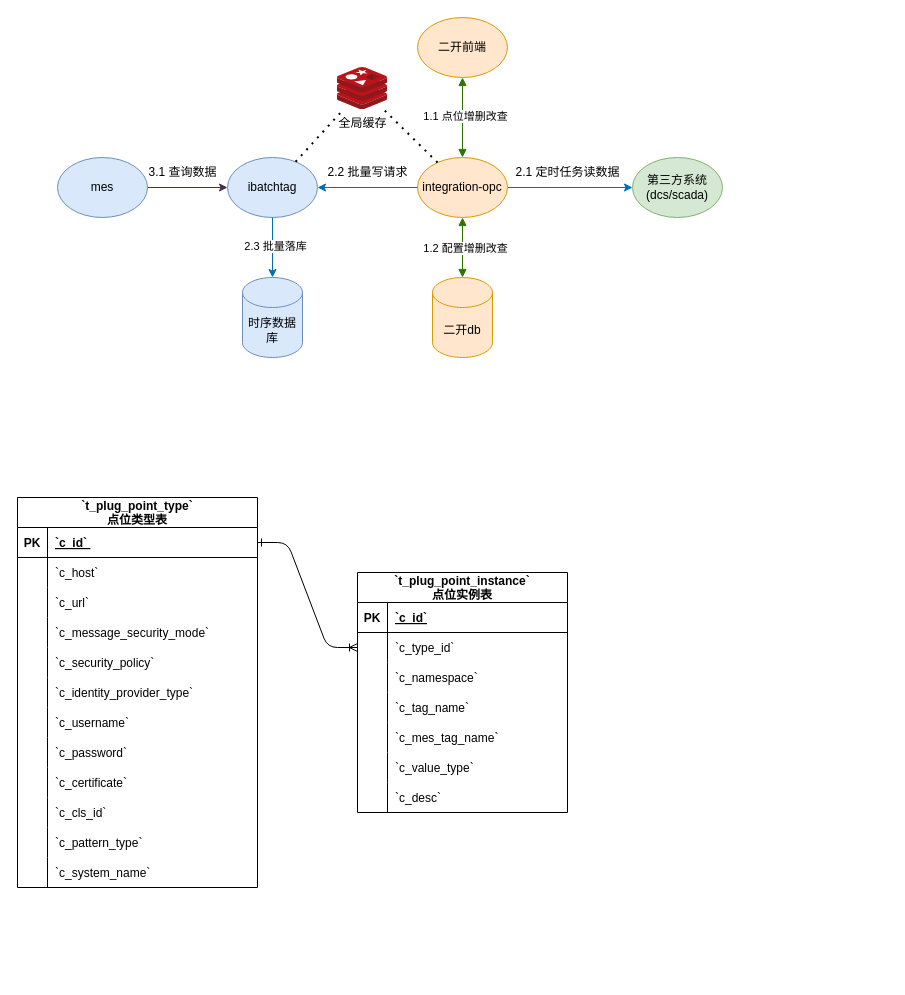
FreshCabbage666/drawio keeps this draw.io diagram as page "opc运行链路" (2 of 2) of mes/第三方api本地缓存.drawio. Above is the earlier version. Source tidied: cells renumbered, new cells numbered last; positions are measured from the earlier drawing's top-left corner, leaving out a move shared by most shapes. Both pictures are drawn from the tidied source at 100%, with x=0, y=0 at pixel (17, 17).
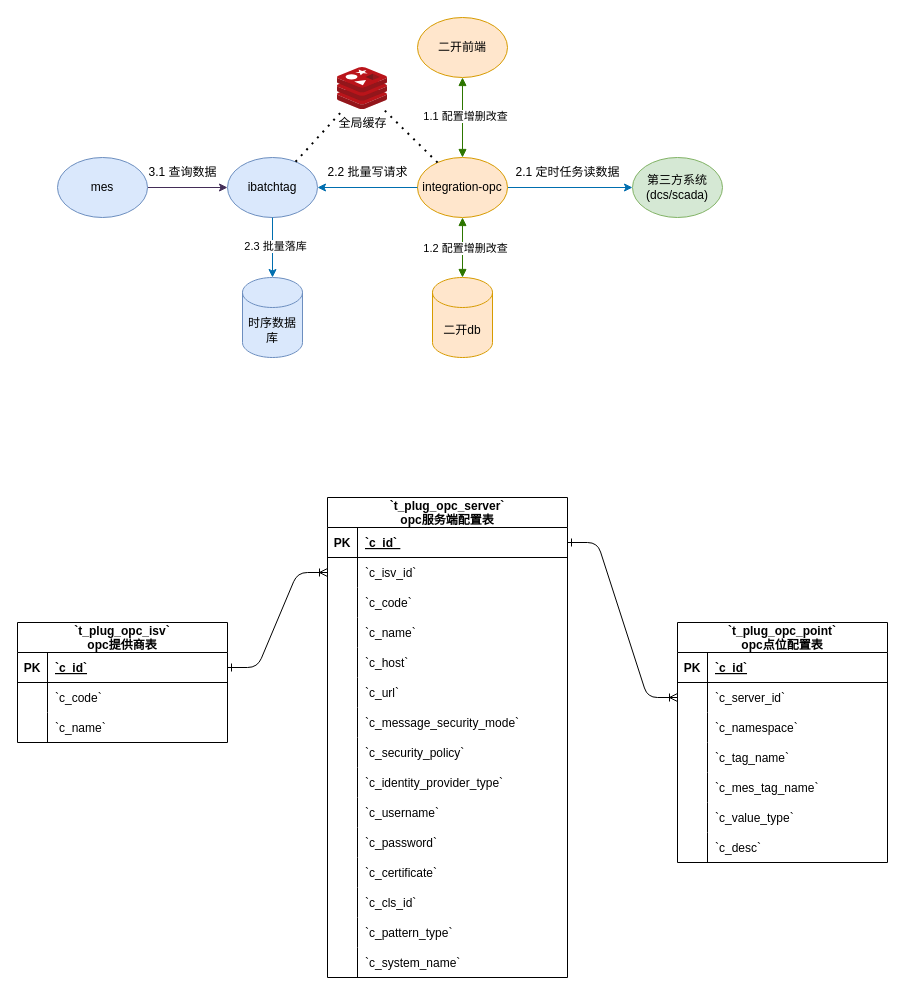
Above is the later version.

Unchanged cells that the change refers to:
```xml
<mxCell id="11" style="endArrow=block;startArrow=block;html=1;rounded=0;endFill=1;startFill=1;entryX=0.5;entryY=1;entryDx=0;entryDy=0;fillColor=#60a917;strokeColor=#2D7600;" parent="1" edge="1" source="6" target="7">
  <mxGeometry relative="1" as="geometry" />
</mxCell>
<mxCell id="28" style="shape=tableRow;horizontal=0;startSize=0;swimlaneHead=0;swimlaneBody=0;fillColor=none;points=[[0,0.5],[1,0.5]];portConstraint=eastwest;strokeColor=inherit;top=0;left=0;right=0;bottom=0;" parent="24" vertex="1">
  <mxGeometry y="60" width="240" height="30" as="geometry" />
</mxCell>
<mxCell id="65" style="shape=tableRow;horizontal=0;startSize=0;swimlaneHead=0;swimlaneBody=0;fillColor=none;points=[[0,0.5],[1,0.5]];portConstraint=eastwest;strokeColor=inherit;top=0;left=0;right=0;bottom=0;" parent="61" vertex="1">
  <mxGeometry y="60" width="210" height="30" as="geometry" />
</mxCell>
```

What changed in the source:
```diff
@@
-    <mxCell id="12" value="1.1 点位增删改查" style="edgeLabel;html=1;align=center;verticalAlign=middle;" parent="11" vertex="1">
+    <mxCell id="12" value="1.1 配置增删改查" style="edgeLabel;html=1;align=center;verticalAlign=middle;" parent="11" vertex="1">
       <mxGeometry x="0.05" y="-2" relative="1" as="geometry" />
     </mxCell>
@@
-    <mxCell id="24" value="`t_plug_point_type`&#10;点位类型表" style="shape=table;startSize=30;childLayout=tableLayout;rowLines=0;fontStyle=1;align=center;" parent="1" vertex="1">
-      <mxGeometry y="480" width="240" height="390" as="geometry" />
+    <mxCell id="24" value="`t_plug_opc_server`&#10;opc服务端配置表" style="shape=table;startSize=30;childLayout=tableLayout;rowLines=0;fontStyle=1;align=center;" parent="1" vertex="1">
+      <mxGeometry x="310" y="480" width="240" height="480" as="geometry" />
     </mxCell>
@@
-    <mxCell id="30" value="`c_host`" style="shape=partialRectangle;overflow=hidden;fillColor=none;align=left;strokeColor=inherit;top=0;left=0;bottom=0;right=0;spacingLeft=6;" parent="28" vertex="1">
+    <mxCell id="30" value="`c_isv_id`" style="shape=partialRectangle;overflow=hidden;fillColor=none;align=left;strokeColor=inherit;top=0;left=0;bottom=0;right=0;spacingLeft=6;" parent="28" vertex="1">
       <mxGeometry x="30" width="210" height="30" as="geometry" />
     </mxCell>
+    <mxCell id="84" style="shape=tableRow;horizontal=0;startSize=0;swimlaneHead=0;swimlaneBody=0;fillColor=none;strokeColor=inherit;top=0;left=0;right=0;bottom=0;" parent="24" vertex="1">
+      <mxGeometry y="90" width="240" height="30" as="geometry" />
+    </mxCell>
+    <mxCell id="85" style="shape=partialRectangle;overflow=hidden;fillColor=none;strokeColor=inherit;top=0;left=0;bottom=0;right=0;" parent="84" vertex="1">
+      <mxGeometry width="30" height="30" as="geometry" />
+    </mxCell>
+    <mxCell id="86" value="`c_code`" style="shape=partialRectangle;overflow=hidden;fillColor=none;align=left;strokeColor=inherit;top=0;left=0;bottom=0;right=0;spacingLeft=6;" parent="84" vertex="1">
+      <mxGeometry x="30" width="210" height="30" as="geometry" />
+    </mxCell>
+    <mxCell id="87" style="shape=tableRow;horizontal=0;startSize=0;swimlaneHead=0;swimlaneBody=0;fillColor=none;strokeColor=inherit;top=0;left=0;right=0;bottom=0;" parent="24" vertex="1">
+      <mxGeometry y="120" width="240" height="30" as="geometry" />
+    </mxCell>
+    <mxCell id="88" style="shape=partialRectangle;overflow=hidden;fillColor=none;strokeColor=inherit;top=0;left=0;bottom=0;right=0;" parent="87" vertex="1">
+      <mxGeometry width="30" height="30" as="geometry" />
+    </mxCell>
+    <mxCell id="89" value="`c_name`" style="shape=partialRectangle;overflow=hidden;fillColor=none;align=left;strokeColor=inherit;top=0;left=0;bottom=0;right=0;spacingLeft=6;" parent="87" vertex="1">
+      <mxGeometry x="30" width="210" height="30" as="geometry" />
+    </mxCell>
+    <mxCell id="90" style="shape=tableRow;horizontal=0;startSize=0;swimlaneHead=0;swimlaneBody=0;fillColor=none;strokeColor=inherit;top=0;left=0;right=0;bottom=0;" parent="24" vertex="1">
+      <mxGeometry y="150" width="240" height="30" as="geometry" />
+    </mxCell>
+    <mxCell id="91" style="shape=partialRectangle;overflow=hidden;fillColor=none;strokeColor=inherit;top=0;left=0;bottom=0;right=0;" parent="90" vertex="1">
+      <mxGeometry width="30" height="30" as="geometry" />
+    </mxCell>
+    <mxCell id="92" value="`c_host`" style="shape=partialRectangle;overflow=hidden;fillColor=none;align=left;strokeColor=inherit;top=0;left=0;bottom=0;right=0;spacingLeft=6;" parent="90" vertex="1">
+      <mxGeometry x="30" width="210" height="30" as="geometry" />
+    </mxCell>
     <mxCell id="31" style="shape=tableRow;horizontal=0;startSize=0;swimlaneHead=0;swimlaneBody=0;fillColor=none;strokeColor=inherit;top=0;left=0;right=0;bottom=0;" parent="24" vertex="1">
-      <mxGeometry y="90" width="240" height="30" as="geometry" />
+      <mxGeometry y="180" width="240" height="30" as="geometry" />
     </mxCell>
@@
     <mxCell id="34" style="shape=tableRow;horizontal=0;startSize=0;swimlaneHead=0;swimlaneBody=0;fillColor=none;strokeColor=inherit;top=0;left=0;right=0;bottom=0;" parent="24" vertex="1">
-      <mxGeometry y="120" width="240" height="30" as="geometry" />
+      <mxGeometry y="210" width="240" height="30" as="geometry" />
     </mxCell>
@@
     <mxCell id="37" style="shape=tableRow;horizontal=0;startSize=0;swimlaneHead=0;swimlaneBody=0;fillColor=none;strokeColor=inherit;top=0;left=0;right=0;bottom=0;" parent="24" vertex="1">
-      <mxGeometry y="150" width="240" height="30" as="geometry" />
+      <mxGeometry y="240" width="240" height="30" as="geometry" />
     </mxCell>
@@
     <mxCell id="40" style="shape=tableRow;horizontal=0;startSize=0;swimlaneHead=0;swimlaneBody=0;fillColor=none;strokeColor=inherit;top=0;left=0;right=0;bottom=0;" parent="24" vertex="1">
-      <mxGeometry y="180" width="240" height="30" as="geometry" />
+      <mxGeometry y="270" width="240" height="30" as="geometry" />
     </mxCell>
@@
     <mxCell id="43" style="shape=tableRow;horizontal=0;startSize=0;swimlaneHead=0;swimlaneBody=0;fillColor=none;strokeColor=inherit;top=0;left=0;right=0;bottom=0;" parent="24" vertex="1">
-      <mxGeometry y="210" width="240" height="30" as="geometry" />
+      <mxGeometry y="300" width="240" height="30" as="geometry" />
     </mxCell>
@@
     <mxCell id="46" style="shape=tableRow;horizontal=0;startSize=0;swimlaneHead=0;swimlaneBody=0;fillColor=none;strokeColor=inherit;top=0;left=0;right=0;bottom=0;" parent="24" vertex="1">
-      <mxGeometry y="240" width="240" height="30" as="geometry" />
+      <mxGeometry y="330" width="240" height="30" as="geometry" />
     </mxCell>
@@
     <mxCell id="49" style="shape=tableRow;horizontal=0;startSize=0;swimlaneHead=0;swimlaneBody=0;fillColor=none;strokeColor=inherit;top=0;left=0;right=0;bottom=0;" parent="24" vertex="1">
-      <mxGeometry y="270" width="240" height="30" as="geometry" />
+      <mxGeometry y="360" width="240" height="30" as="geometry" />
     </mxCell>
@@
     <mxCell id="52" style="shape=tableRow;horizontal=0;startSize=0;swimlaneHead=0;swimlaneBody=0;fillColor=none;strokeColor=inherit;top=0;left=0;right=0;bottom=0;" parent="24" vertex="1">
-      <mxGeometry y="300" width="240" height="30" as="geometry" />
+      <mxGeometry y="390" width="240" height="30" as="geometry" />
     </mxCell>
@@
     <mxCell id="55" style="shape=tableRow;horizontal=0;startSize=0;swimlaneHead=0;swimlaneBody=0;fillColor=none;strokeColor=inherit;top=0;left=0;right=0;bottom=0;" parent="24" vertex="1">
-      <mxGeometry y="330" width="240" height="30" as="geometry" />
+      <mxGeometry y="420" width="240" height="30" as="geometry" />
     </mxCell>
@@
     <mxCell id="58" style="shape=tableRow;horizontal=0;startSize=0;swimlaneHead=0;swimlaneBody=0;fillColor=none;strokeColor=inherit;top=0;left=0;right=0;bottom=0;" parent="24" vertex="1">
-      <mxGeometry y="360" width="240" height="30" as="geometry" />
+      <mxGeometry y="450" width="240" height="30" as="geometry" />
     </mxCell>
@@
-    <mxCell id="61" value="`t_plug_point_instance`&#10;点位实例表" style="shape=table;startSize=30;childLayout=tableLayout;rowLines=0;fontStyle=1;align=center;" parent="1" vertex="1">
-      <mxGeometry x="340" y="555" width="210" height="240" as="geometry" />
+    <mxCell id="61" value="`t_plug_opc_point`&#10;opc点位配置表" style="shape=table;startSize=30;childLayout=tableLayout;rowLines=0;fontStyle=1;align=center;" parent="1" vertex="1">
+      <mxGeometry x="660" y="605" width="210" height="240" as="geometry" />
     </mxCell>
@@
-    <mxCell id="67" value="`c_type_id`" style="shape=partialRectangle;overflow=hidden;fillColor=none;align=left;strokeColor=inherit;top=0;left=0;bottom=0;right=0;spacingLeft=6;" parent="65" vertex="1">
+    <mxCell id="67" value="`c_server_id`" style="shape=partialRectangle;overflow=hidden;fillColor=none;align=left;strokeColor=inherit;top=0;left=0;bottom=0;right=0;spacingLeft=6;" parent="65" vertex="1">
       <mxGeometry x="30" width="180" height="30" as="geometry" />
     </mxCell>
@@
+    <mxCell id="93" value="`t_plug_opc_isv`&#10;opc提供商表" style="shape=table;startSize=30;childLayout=tableLayout;rowLines=0;fontStyle=1;align=center;" parent="1" vertex="1">
+      <mxGeometry y="605" width="210" height="120" as="geometry" />
+    </mxCell>
+    <mxCell id="94" style="shape=tableRow;horizontal=0;startSize=0;swimlaneHead=0;swimlaneBody=0;fillColor=none;points=[[0,0.5],[1,0.5]];portConstraint=eastwest;strokeColor=inherit;top=0;left=0;right=0;bottom=1;" parent="93" vertex="1">
+      <mxGeometry y="30" width="210" height="30" as="geometry" />
+    </mxCell>
+    <mxCell id="95" value="PK" style="shape=partialRectangle;overflow=hidden;fillColor=none;strokeColor=inherit;top=0;left=0;bottom=0;right=0;fontStyle=1;" parent="94" vertex="1">
+      <mxGeometry width="30" height="30" as="geometry" />
+    </mxCell>
+    <mxCell id="96" value="`c_id`" style="shape=partialRectangle;overflow=hidden;fillColor=none;align=left;strokeColor=inherit;top=0;left=0;bottom=0;right=0;spacingLeft=6;fontStyle=5;" parent="94" vertex="1">
+      <mxGeometry x="30" width="180" height="30" as="geometry" />
+    </mxCell>
+    <mxCell id="97" style="shape=tableRow;horizontal=0;startSize=0;swimlaneHead=0;swimlaneBody=0;fillColor=none;strokeColor=inherit;top=0;left=0;right=0;bottom=0;" parent="93" vertex="1">
+      <mxGeometry y="60" width="210" height="30" as="geometry" />
+    </mxCell>
+    <mxCell id="98" style="shape=partialRectangle;overflow=hidden;fillColor=none;strokeColor=inherit;top=0;left=0;bottom=0;right=0;" parent="97" vertex="1">
+      <mxGeometry width="30" height="30" as="geometry" />
+    </mxCell>
+    <mxCell id="99" value="`c_code`" style="shape=partialRectangle;overflow=hidden;fillColor=none;align=left;strokeColor=inherit;top=0;left=0;bottom=0;right=0;spacingLeft=6;" parent="97" vertex="1">
+      <mxGeometry x="30" width="180" height="30" as="geometry" />
+    </mxCell>
+    <mxCell id="100" style="shape=tableRow;horizontal=0;startSize=0;swimlaneHead=0;swimlaneBody=0;fillColor=none;strokeColor=inherit;top=0;left=0;right=0;bottom=0;" parent="93" vertex="1">
+      <mxGeometry y="90" width="210" height="30" as="geometry" />
+    </mxCell>
+    <mxCell id="101" style="shape=partialRectangle;overflow=hidden;fillColor=none;strokeColor=inherit;top=0;left=0;bottom=0;right=0;" parent="100" vertex="1">
+      <mxGeometry width="30" height="30" as="geometry" />
+    </mxCell>
+    <mxCell id="102" value="`c_name` " style="shape=partialRectangle;overflow=hidden;fillColor=none;align=left;strokeColor=inherit;top=0;left=0;bottom=0;right=0;spacingLeft=6;" parent="100" vertex="1">
+      <mxGeometry x="30" width="180" height="30" as="geometry" />
+    </mxCell>
+    <mxCell id="103" style="edgeStyle=entityRelationEdgeStyle;endArrow=ERoneToMany;startArrow=ERone;endFill=0;startFill=0;" parent="1" edge="1" source="94" target="28">
+      <mxGeometry relative="1" as="geometry" />
+    </mxCell>
```
